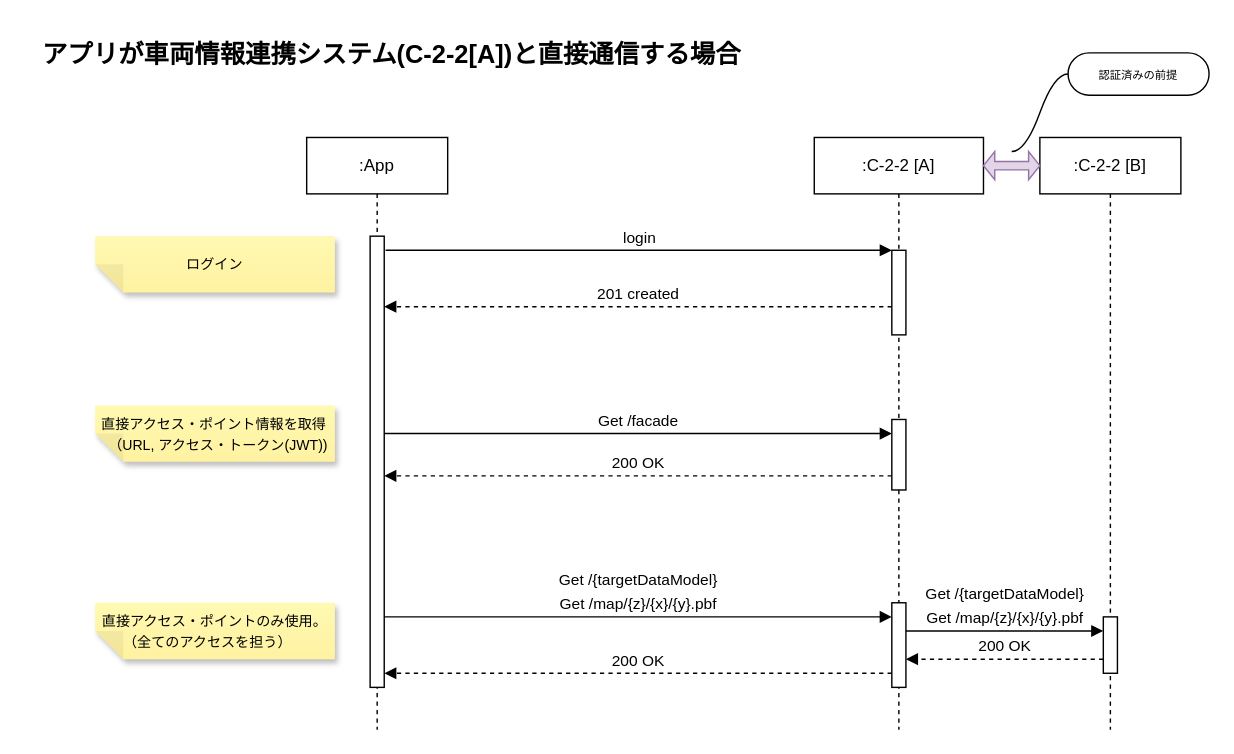
Sportacandy/C-2-2API keeps this draw.io diagram as page "C-2-2[A]直結" (2 of 4) of models/access-scheme.drawio. Above is the earlier version. Source tidied: cells renumbered, new cells numbered last; positions are measured from the earlier drawing's top-left corner, leaving out a move shared by most shapes. Both pictures are drawn from the tidied source at 141%, with x=0, y=0 at pixel (24, 24).
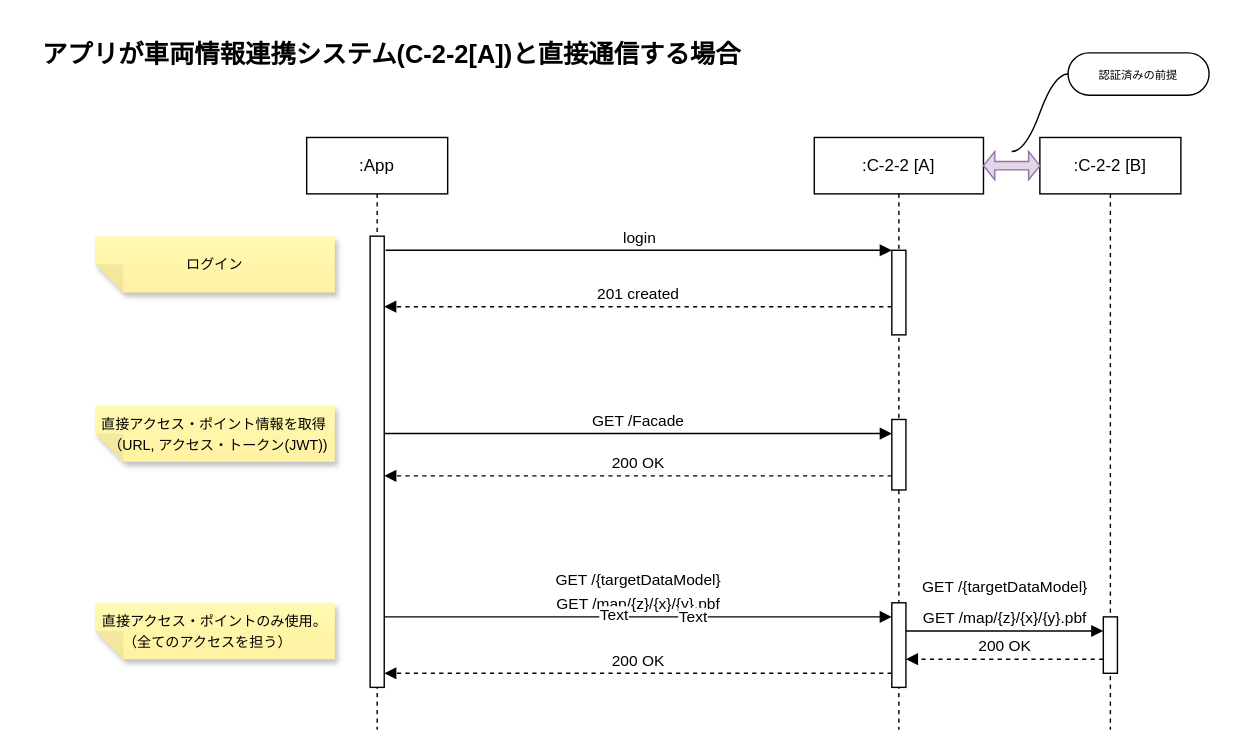
The same diagram, later.

Unchanged cells that the change refers to:
```xml
<mxCell id="3" style="html=1;points=[];perimeter=orthogonalPerimeter;outlineConnect=0;targetShapes=umlLifeline;portConstraint=eastwest;newEdgeStyle={&quot;edgeStyle&quot;:&quot;elbowEdgeStyle&quot;,&quot;elbow&quot;:&quot;vertical&quot;,&quot;curved&quot;:0,&quot;rounded&quot;:0};" parent="2" vertex="1">
  <mxGeometry x="45" y="70" width="10" height="320" as="geometry" />
</mxCell>
<mxCell id="7" style="html=1;points=[];perimeter=orthogonalPerimeter;outlineConnect=0;targetShapes=umlLifeline;portConstraint=eastwest;newEdgeStyle={&quot;edgeStyle&quot;:&quot;elbowEdgeStyle&quot;,&quot;elbow&quot;:&quot;vertical&quot;,&quot;curved&quot;:0,&quot;rounded&quot;:0};" parent="6" vertex="1">
  <mxGeometry x="55" y="200" width="10" height="50" as="geometry" />
</mxCell>
<mxCell id="8" style="html=1;points=[];perimeter=orthogonalPerimeter;outlineConnect=0;targetShapes=umlLifeline;portConstraint=eastwest;newEdgeStyle={&quot;edgeStyle&quot;:&quot;elbowEdgeStyle&quot;,&quot;elbow&quot;:&quot;vertical&quot;,&quot;curved&quot;:0,&quot;rounded&quot;:0};" parent="6" vertex="1">
  <mxGeometry x="55" y="330" width="10" height="60" as="geometry" />
</mxCell>
<mxCell id="11" style="html=1;points=[];perimeter=orthogonalPerimeter;outlineConnect=0;targetShapes=umlLifeline;portConstraint=eastwest;newEdgeStyle={&quot;edgeStyle&quot;:&quot;elbowEdgeStyle&quot;,&quot;elbow&quot;:&quot;vertical&quot;,&quot;curved&quot;:0,&quot;rounded&quot;:0};" parent="10" vertex="1">
  <mxGeometry x="45" y="340" width="10" height="40" as="geometry" />
</mxCell>
```

What changed in the source:
```diff
@@
-    <mxCell id="12" value="Get /facade" style="html=1;verticalAlign=bottom;endArrow=block;edgeStyle=elbowEdgeStyle;elbow=horizontal;curved=0;rounded=0;" parent="1" edge="1" source="3" target="7">
+    <mxCell id="12" value="GET /Facade" style="html=1;verticalAlign=bottom;endArrow=block;edgeStyle=elbowEdgeStyle;elbow=horizontal;curved=0;rounded=0;" parent="1" edge="1" source="3" target="7">
       <mxGeometry relative="1" as="geometry">
         <Array as="points">
           <mxPoint x="520" y="290" />
         </Array>
       </mxGeometry>
     </mxCell>
@@
-    <mxCell id="16" value="Get /map/{z}/{x}/{y}.pbf" style="html=1;verticalAlign=bottom;endArrow=block;edgeStyle=elbowEdgeStyle;elbow=horizontal;curved=0;rounded=0;" parent="1" edge="1" target="8">
+    <mxCell id="16" value="GET /map/{z}/{x}/{y}.pbf" style="html=1;verticalAlign=bottom;endArrow=block;edgeStyle=elbowEdgeStyle;elbow=horizontal;curved=0;rounded=0;" parent="1" edge="1" target="8">
       <mxGeometry relative="1" as="geometry">
         <mxPoint x="255" y="420" as="sourcePoint" />
         <Array as="points">
           <mxPoint x="335" y="420" />
         </Array>
       </mxGeometry>
     </mxCell>
+    <mxCell id="27" value="Text" style="edgeLabel;html=1;align=center;verticalAlign=middle;" parent="16" vertex="1">
+      <mxGeometry x="-0.1" y="2" relative="1" as="geometry" />
+    </mxCell>
+    <mxCell id="28" value="Text" style="edgeLabel;html=1;align=center;verticalAlign=middle;" parent="16" vertex="1">
+      <mxGeometry x="0.21" y="1" relative="1" as="geometry" />
+    </mxCell>
-    <mxCell id="17" value="Get /map/{z}/{x}/{y}.pbf" style="html=1;verticalAlign=bottom;endArrow=block;edgeStyle=elbowEdgeStyle;elbow=horizontal;curved=0;rounded=0;" parent="1" edge="1" target="11">
+    <mxCell id="17" value="GET /map/{z}/{x}/{y}.pbf" style="html=1;verticalAlign=bottom;endArrow=block;edgeStyle=elbowEdgeStyle;elbow=horizontal;curved=0;rounded=0;" parent="1" edge="1" target="11">
       <mxGeometry relative="1" as="geometry">
         <mxPoint x="625" y="430" as="sourcePoint" />
         <Array as="points">
           <mxPoint x="710" y="430" />
         </Array>
       </mxGeometry>
     </mxCell>
@@
-    <mxCell id="22" value="&lt;font style=&quot;font-size: 11px; font-weight: normal;&quot;&gt;Get /{targetDataModel}&lt;/font&gt;" style="text;strokeColor=none;fillColor=none;html=1;fontSize=24;fontStyle=1;verticalAlign=middle;align=center;" parent="1" vertex="1">
+    <mxCell id="22" value="&lt;font style=&quot;font-size: 11px; font-weight: normal;&quot;&gt;GET /{targetDataModel}&lt;/font&gt;" style="text;strokeColor=none;fillColor=none;html=1;fontSize=24;fontStyle=1;verticalAlign=middle;align=center;" parent="1" vertex="1">
       <mxGeometry x="360" y="370" width="150" height="40" as="geometry" />
     </mxCell>
-    <mxCell id="23" value="&lt;font style=&quot;font-size: 11px; font-weight: normal;&quot;&gt;Get /{targetDataModel}&lt;/font&gt;" style="text;strokeColor=none;fillColor=none;html=1;fontSize=24;fontStyle=1;verticalAlign=middle;align=center;" parent="1" vertex="1">
-      <mxGeometry x="620" y="380" width="150" height="40" as="geometry" />
+    <mxCell id="23" value="&lt;font style=&quot;font-size: 11px; font-weight: normal;&quot;&gt;GET /{targetDataModel}&lt;/font&gt;" style="text;strokeColor=none;fillColor=none;html=1;fontSize=24;fontStyle=1;verticalAlign=middle;align=center;" parent="1" vertex="1">
+      <mxGeometry x="620" y="380" width="150" height="30" as="geometry" />
     </mxCell>
```
